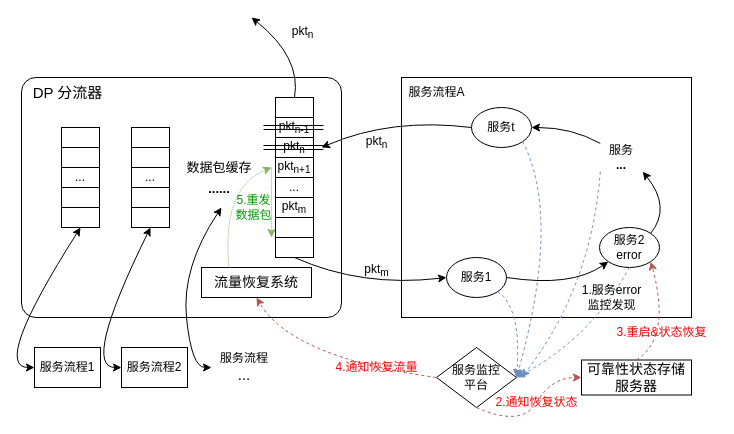
The draw.io diagram NFV/DP分流器 保障流程.drawio in wh2001/drawing, before the edit. Source tidied: cells renumbered, new cells numbered last; positions are measured from the earlier drawing's top-left corner, leaving out a move shared by most shapes. Both pictures are drawn from the tidied source at 100%, with x=0, y=0 at pixel (-9, 17).
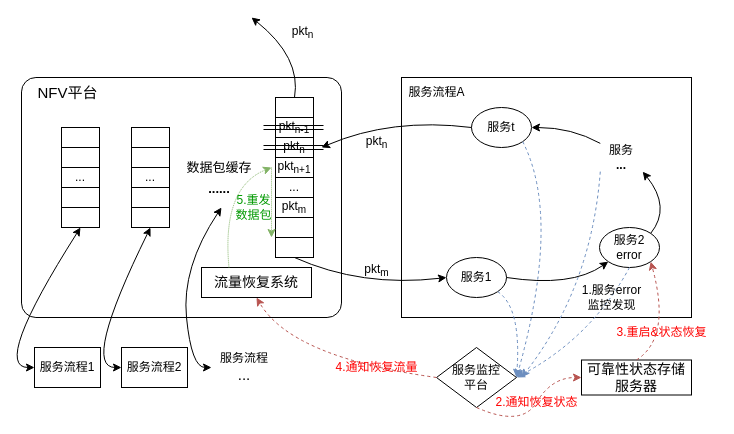
After the change.

Commit message:
更新DP分流器 保障流程.drawio

Change to the diagram source:
```diff
@@
-    <mxCell id="4" value="&lt;font style=&quot;font-size: 15px;&quot;&gt;DP 分流器&lt;/font&gt;" style="text;html=1;align=center;verticalAlign=middle;strokeColor=none;fillColor=none;" parent="1" vertex="1">
-      <mxGeometry x="31" y="60" width="90" height="30" as="geometry" />
+    <mxCell id="4" value="&lt;span style=&quot;font-size: 15px;&quot;&gt;NFV平台&lt;/span&gt;" style="text;html=1;align=center;verticalAlign=middle;strokeColor=none;fillColor=none;" parent="1" vertex="1">
+      <mxGeometry x="36" y="60" width="80" height="30" as="geometry" />
     </mxCell>
```
